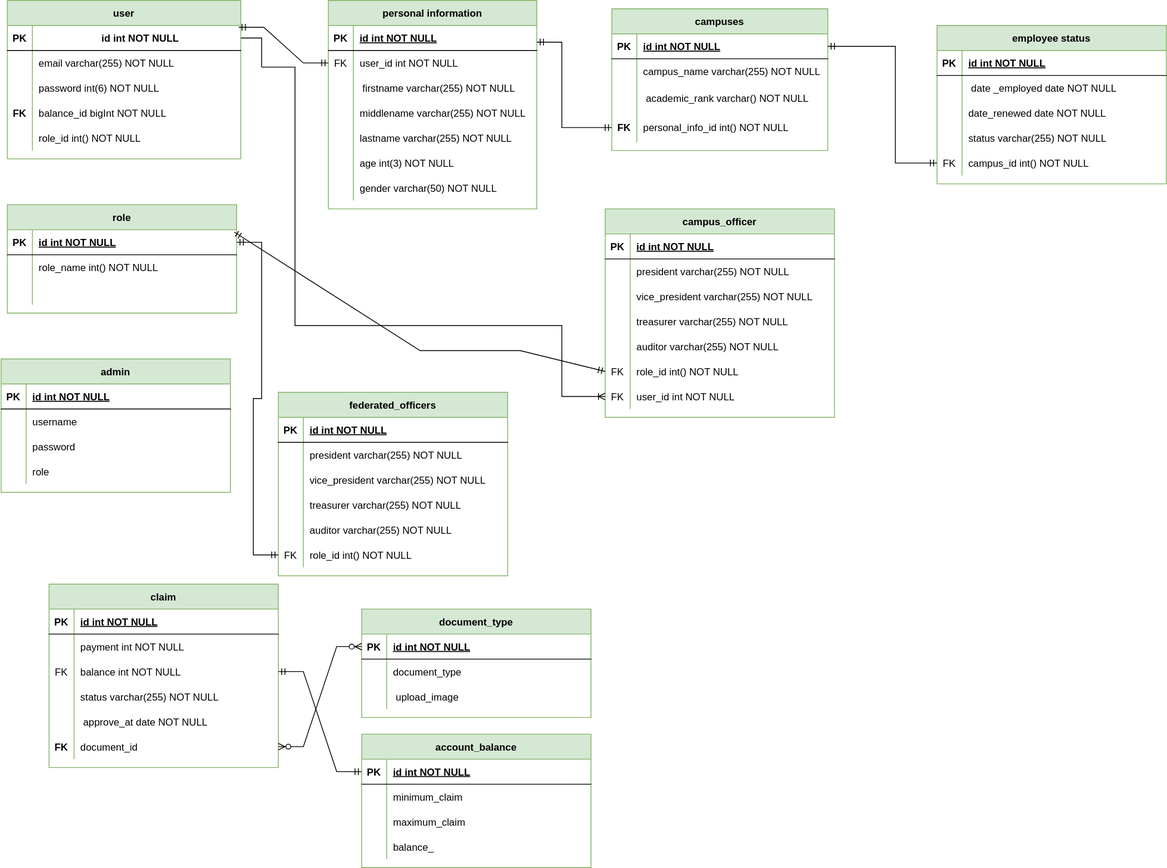
Above: faculty_association.drawio.svg in john-rashin/database_scheme (draw.io), before the change. Source tidied: cells renumbered, new cells last; positions are measured from the earlier drawing's top-left corner, leaving out a move shared by most shapes.
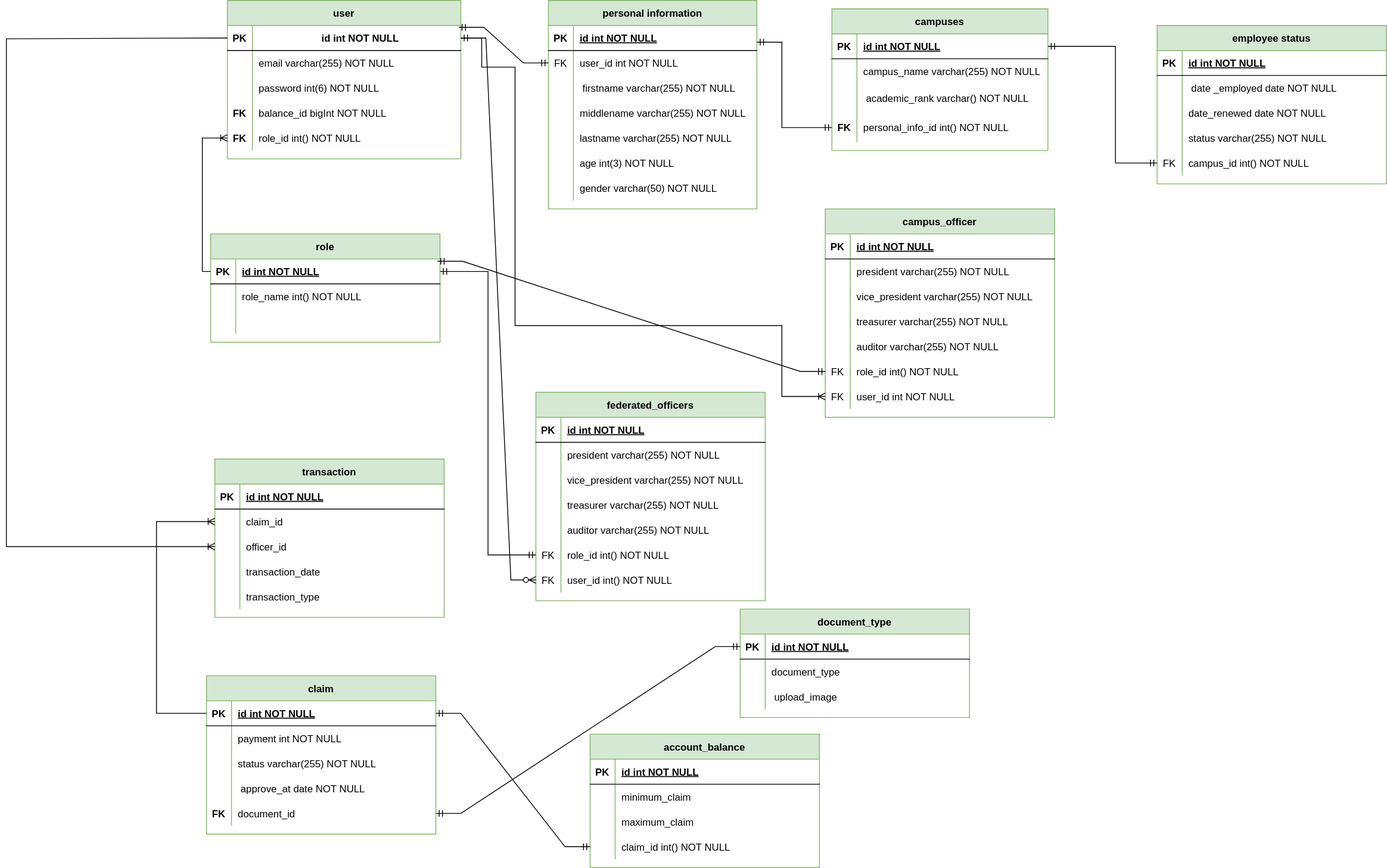
The same diagram one commit later.

The edit, as a diff of the source:
```diff
@@ -112,3 +112,3 @@
     </mxCell>
-    <mxCell id="38" style="shape=partialRectangle;fillColor=none;top=0;left=0;bottom=0;right=0;overflow=hidden;fontStyle=1;" parent="37" vertex="1">
+    <mxCell id="38" value="FK" style="shape=partialRectangle;fillColor=none;top=0;left=0;bottom=0;right=0;overflow=hidden;fontStyle=1;" parent="37" vertex="1">
       <mxGeometry width="30" height="30" as="geometry" />
@@ -118,5 +118,2 @@
     </mxCell>
-    <mxCell id="40" style="shape=tableRow;horizontal=0;startSize=0;swimlaneHead=0;swimlaneBody=0;fillColor=none;top=0;left=0;right=0;bottom=0;" parent="1" vertex="1">
-      <mxGeometry x="75" y="220" width="250" height="30" as="geometry" />
-    </mxCell>
     <mxCell id="41" value="campuses" style="shape=table;startSize=30;rowLines=0;fontStyle=1;align=center;fillColor=#d5e8d4;strokeColor=#82b366;" parent="1" vertex="1">
@@ -217,3 +214,3 @@
     <mxCell id="71" value="federated_officers" style="shape=table;startSize=30;rowLines=0;fontStyle=1;align=center;fillColor=#d5e8d4;strokeColor=#82b366;" parent="1" vertex="1">
-      <mxGeometry x="395" y="470" width="275" height="220" as="geometry" />
+      <mxGeometry x="440" y="470" width="275" height="250" as="geometry" />
     </mxCell>
@@ -273,4 +270,13 @@
     </mxCell>
+    <mxCell id="184" style="shape=partialRectangle;fillColor=none;points=[[0,0.5],[1,0.5]];portConstraint=eastwest;top=0;left=0;right=0;bottom=0;" parent="71" vertex="1">
+      <mxGeometry y="210" width="275" height="30" as="geometry" />
+    </mxCell>
+    <mxCell id="108" value="FK" style="shape=partialRectangle;overflow=hidden;fillColor=none;top=0;left=0;bottom=0;right=0;" parent="184" vertex="1">
+      <mxGeometry width="30" height="30" as="geometry" />
+    </mxCell>
+    <mxCell id="185" value="user_id int() NOT NULL" style="shape=partialRectangle;overflow=hidden;fillColor=none;top=0;left=0;bottom=0;right=0;align=left;spacingLeft=6;" parent="184" vertex="1">
+      <mxGeometry x="30" width="245" height="30" as="geometry" />
+    </mxCell>
     <mxCell id="90" value="role" style="shape=table;startSize=30;rowLines=0;fontStyle=1;align=center;fillColor=#d5e8d4;strokeColor=#82b366;" parent="1" vertex="1">
-      <mxGeometry x="70" y="245" width="275" height="130" as="geometry" />
+      <mxGeometry x="50" y="280" width="275" height="130" as="geometry" />
     </mxCell>
@@ -304,3 +310,3 @@
     <mxCell id="100" value="claim" style="shape=table;startSize=30;rowLines=0;fontStyle=1;align=center;fillColor=#d5e8d4;strokeColor=#82b366;" parent="1" vertex="1">
-      <mxGeometry x="120" y="700" width="275" height="220" as="geometry" />
+      <mxGeometry x="45" y="810" width="275" height="190" as="geometry" />
     </mxCell>
@@ -324,13 +330,4 @@
     </mxCell>
-    <mxCell id="107" style="shape=partialRectangle;fillColor=none;points=[[0,0.5],[1,0.5]];portConstraint=eastwest;top=0;left=0;right=0;bottom=0;" parent="100" vertex="1">
-      <mxGeometry y="90" width="275" height="30" as="geometry" />
-    </mxCell>
-    <mxCell id="108" value="FK" style="shape=partialRectangle;overflow=hidden;fillColor=none;top=0;left=0;bottom=0;right=0;" parent="107" vertex="1">
-      <mxGeometry width="30" height="30" as="geometry" />
-    </mxCell>
-    <mxCell id="109" value="balance int NOT NULL" style="shape=partialRectangle;overflow=hidden;fillColor=none;top=0;left=0;bottom=0;right=0;align=left;spacingLeft=6;" parent="107" vertex="1">
-      <mxGeometry x="30" width="245" height="30" as="geometry" />
-    </mxCell>
     <mxCell id="110" style="shape=partialRectangle;fillColor=none;top=0;left=0;right=0;bottom=0;" parent="100" vertex="1">
-      <mxGeometry y="120" width="275" height="30" as="geometry" />
+      <mxGeometry y="90" width="275" height="30" as="geometry" />
     </mxCell>
@@ -343,3 +340,3 @@
     <mxCell id="113" style="shape=partialRectangle;fillColor=none;top=0;left=0;right=0;bottom=0;" parent="100" vertex="1">
-      <mxGeometry y="150" width="275" height="30" as="geometry" />
+      <mxGeometry y="120" width="275" height="30" as="geometry" />
     </mxCell>
@@ -352,3 +349,3 @@
     <mxCell id="116" style="shape=partialRectangle;fillColor=none;points=[[0,0.5],[1,0.5]];portConstraint=eastwest;top=0;left=0;right=0;bottom=0;" parent="100" vertex="1">
-      <mxGeometry y="180" width="275" height="30" as="geometry" />
+      <mxGeometry y="150" width="275" height="30" as="geometry" />
     </mxCell>
@@ -427,3 +424,3 @@
     <mxCell id="141" value="document_type" style="shape=table;startSize=30;rowLines=0;fontStyle=1;align=center;fillColor=#d5e8d4;strokeColor=#82b366;" parent="1" vertex="1">
-      <mxGeometry x="495" y="730" width="275" height="130" as="geometry" />
+      <mxGeometry x="685" y="730" width="275" height="130" as="geometry" />
     </mxCell>
@@ -456,43 +453,4 @@
     </mxCell>
-    <mxCell id="151" value="admin" style="shape=table;startSize=30;rowLines=0;fontStyle=1;align=center;fillColor=#d5e8d4;strokeColor=#82b366;" parent="1" vertex="1">
-      <mxGeometry x="62.5" y="430" width="275" height="160" as="geometry" />
-    </mxCell>
-    <mxCell id="152" style="shape=partialRectangle;fillColor=none;top=0;left=0;right=0;bottom=1;" parent="151" vertex="1">
-      <mxGeometry y="30" width="275" height="30" as="geometry" />
-    </mxCell>
-    <mxCell id="153" value="PK" style="shape=partialRectangle;overflow=hidden;fillColor=none;top=0;left=0;bottom=0;right=0;fontStyle=1;" parent="152" vertex="1">
-      <mxGeometry width="30" height="30" as="geometry" />
-    </mxCell>
-    <mxCell id="154" value="id int NOT NULL " style="shape=partialRectangle;overflow=hidden;fillColor=none;top=0;left=0;bottom=0;right=0;align=left;spacingLeft=6;fontStyle=5;" parent="152" vertex="1">
-      <mxGeometry x="30" width="245" height="30" as="geometry" />
-    </mxCell>
-    <mxCell id="155" style="shape=partialRectangle;fillColor=none;points=[[0,0.5],[1,0.5]];portConstraint=eastwest;top=0;left=0;right=0;bottom=0;" parent="151" vertex="1">
-      <mxGeometry y="60" width="275" height="30" as="geometry" />
-    </mxCell>
-    <mxCell id="156" style="shape=partialRectangle;overflow=hidden;fillColor=none;top=0;left=0;bottom=0;right=0;" parent="155" vertex="1">
-      <mxGeometry width="30" height="30" as="geometry" />
-    </mxCell>
-    <mxCell id="157" value="username" style="shape=partialRectangle;overflow=hidden;fillColor=none;top=0;left=0;bottom=0;right=0;align=left;spacingLeft=6;" parent="155" vertex="1">
-      <mxGeometry x="30" width="245" height="30" as="geometry" />
-    </mxCell>
-    <mxCell id="158" style="shape=partialRectangle;fillColor=none;top=0;left=0;right=0;bottom=0;" parent="151" vertex="1">
-      <mxGeometry y="90" width="275" height="30" as="geometry" />
-    </mxCell>
-    <mxCell id="159" style="shape=partialRectangle;overflow=hidden;fillColor=none;top=0;left=0;bottom=0;right=0;" parent="158" vertex="1">
-      <mxGeometry width="30" height="30" as="geometry" />
-    </mxCell>
-    <mxCell id="160" value="password" style="shape=partialRectangle;overflow=hidden;fillColor=none;top=0;left=0;bottom=0;right=0;align=left;spacingLeft=6;" parent="158" vertex="1">
-      <mxGeometry x="30" width="245" height="30" as="geometry" />
-    </mxCell>
-    <mxCell id="161" style="shape=partialRectangle;fillColor=none;top=0;left=0;right=0;bottom=0;" parent="151" vertex="1">
-      <mxGeometry y="120" width="275" height="30" as="geometry" />
-    </mxCell>
-    <mxCell id="162" style="shape=partialRectangle;overflow=hidden;fillColor=none;top=0;left=0;bottom=0;right=0;" parent="161" vertex="1">
-      <mxGeometry width="30" height="30" as="geometry" />
-    </mxCell>
-    <mxCell id="163" value="role" style="shape=partialRectangle;overflow=hidden;fillColor=none;top=0;left=0;bottom=0;right=0;align=left;spacingLeft=6;" parent="161" vertex="1">
-      <mxGeometry x="30" width="245" height="30" as="geometry" />
-    </mxCell>
     <mxCell id="164" value="account_balance" style="shape=table;startSize=30;rowLines=0;fontStyle=1;align=center;fillColor=#d5e8d4;strokeColor=#82b366;" parent="1" vertex="1">
-      <mxGeometry x="495" y="880" width="275" height="160" as="geometry" />
+      <mxGeometry x="505" y="880" width="275" height="160" as="geometry" />
     </mxCell>
@@ -531,8 +489,5 @@
     </mxCell>
-    <mxCell id="176" value="balance_" style="shape=partialRectangle;overflow=hidden;fillColor=none;top=0;left=0;bottom=0;right=0;align=left;spacingLeft=6;" parent="174" vertex="1">
+    <mxCell id="176" value="claim_id int() NOT NULL" style="shape=partialRectangle;overflow=hidden;fillColor=none;top=0;left=0;bottom=0;right=0;align=left;spacingLeft=6;" parent="174" vertex="1">
       <mxGeometry x="30" width="245" height="30" as="geometry" />
     </mxCell>
-    <mxCell id="177" style="edgeStyle=entityRelationEdgeStyle;fontSize=12;html=1;endArrow=ERzeroToMany;endFill=1;startArrow=ERzeroToMany;rounded=0;entryX=0;entryY=0.5;entryDx=0;entryDy=0;exitX=1;exitY=0.5;exitDx=0;exitDy=0;" parent="1" edge="1" source="116" target="142">
-      <mxGeometry relative="1" as="geometry" />
-    </mxCell>
     <mxCell id="178" style="edgeStyle=orthogonalEdgeStyle;fontSize=12;html=1;endArrow=ERoneToMany;rounded=0;entryX=0;entryY=0.5;entryDx=0;entryDy=0;exitX=1;exitY=0.5;exitDx=0;exitDy=0;" parent="1" edge="1" source="25" target="138">
@@ -549,15 +504,9 @@
     </mxCell>
-    <mxCell id="179" style="edgeStyle=entityRelationEdgeStyle;fontSize=12;html=1;endArrow=ERmandOne;startArrow=ERmandOne;rounded=0;entryX=0;entryY=0.5;entryDx=0;entryDy=0;exitX=1;exitY=0.5;exitDx=0;exitDy=0;" parent="1" edge="1" source="91" target="87">
-      <mxGeometry relative="1" as="geometry">
-        <Array as="points">
-          <mxPoint y="455" />
-          <mxPoint x="350" y="605" />
-        </Array>
-      </mxGeometry>
+    <mxCell id="179" style="fontSize=12;html=1;endArrow=ERmandOne;startArrow=ERmandOne;rounded=0;entryX=0;entryY=0.5;entryDx=0;entryDy=0;exitX=1;exitY=0.5;exitDx=0;exitDy=0;edgeStyle=orthogonalEdgeStyle;" parent="1" edge="1" source="91" target="87">
+      <mxGeometry relative="1" as="geometry" />
     </mxCell>
-    <mxCell id="180" style="fontSize=12;html=1;endArrow=ERmandOne;startArrow=ERmandOne;rounded=0;entryX=0;entryY=0.5;entryDx=0;entryDy=0;elbow=vertical;exitX=0.989;exitY=0.093;exitDx=0;exitDy=0;exitPerimeter=0;" parent="1" edge="1" source="91" target="135">
+    <mxCell id="180" style="fontSize=12;html=1;endArrow=ERmandOne;startArrow=ERmandOne;rounded=0;entryX=0;entryY=0.5;entryDx=0;entryDy=0;exitX=0.989;exitY=0.093;exitDx=0;exitDy=0;exitPerimeter=0;edgeStyle=entityRelationEdgeStyle;" parent="1" edge="1" source="91" target="135">
       <mxGeometry relative="1" as="geometry">
         <Array as="points">
-          <mxPoint x="565" y="420" />
-          <mxPoint x="685" y="420" />
+          <mxPoint x="575" y="330" />
         </Array>
@@ -565,3 +514,3 @@
     </mxCell>
-    <mxCell id="181" style="edgeStyle=entityRelationEdgeStyle;fontSize=12;html=1;endArrow=ERmandOne;startArrow=ERmandOne;rounded=0;entryX=0;entryY=0.5;entryDx=0;entryDy=0;exitX=1;exitY=0.5;exitDx=0;exitDy=0;" parent="1" edge="1" source="107" target="165">
+    <mxCell id="181" style="edgeStyle=entityRelationEdgeStyle;fontSize=12;html=1;endArrow=ERmandOne;startArrow=ERmandOne;rounded=0;entryX=0;entryY=0.5;entryDx=0;entryDy=0;exitX=1;exitY=0.5;exitDx=0;exitDy=0;" parent="1" edge="1" source="101" target="174">
       <mxGeometry relative="1" as="geometry" />
@@ -580,2 +529,75 @@
     </mxCell>
+    <mxCell id="186" style="edgeStyle=entityRelationEdgeStyle;fontSize=12;html=1;endArrow=ERzeroToMany;startArrow=ERmandOne;rounded=0;entryX=0;entryY=0.5;entryDx=0;entryDy=0;exitX=1;exitY=0.5;exitDx=0;exitDy=0;" parent="1" edge="1" source="25" target="184">
+      <mxGeometry relative="1" as="geometry" />
+    </mxCell>
+    <mxCell id="187" value="transaction" style="shape=table;startSize=30;rowLines=0;fontStyle=1;align=center;fillColor=#d5e8d4;strokeColor=#82b366;" parent="1" vertex="1">
+      <mxGeometry x="55" y="550" width="275" height="190" as="geometry" />
+    </mxCell>
+    <mxCell id="152" style="shape=partialRectangle;fillColor=none;top=0;left=0;right=0;bottom=1;" parent="187" vertex="1">
+      <mxGeometry y="30" width="275" height="30" as="geometry" />
+    </mxCell>
+    <mxCell id="153" value="PK" style="shape=partialRectangle;overflow=hidden;fillColor=none;top=0;left=0;bottom=0;right=0;fontStyle=1;" parent="152" vertex="1">
+      <mxGeometry width="30" height="30" as="geometry" />
+    </mxCell>
+    <mxCell id="154" value="id int NOT NULL " style="shape=partialRectangle;overflow=hidden;fillColor=none;top=0;left=0;bottom=0;right=0;align=left;spacingLeft=6;fontStyle=5;" parent="152" vertex="1">
+      <mxGeometry x="30" width="245" height="30" as="geometry" />
+    </mxCell>
+    <mxCell id="155" style="shape=partialRectangle;fillColor=none;points=[[0,0.5],[1,0.5]];portConstraint=eastwest;top=0;left=0;right=0;bottom=0;" parent="187" vertex="1">
+      <mxGeometry y="60" width="275" height="30" as="geometry" />
+    </mxCell>
+    <mxCell id="188" style="shape=partialRectangle;overflow=hidden;fillColor=none;top=0;left=0;bottom=0;right=0;" parent="155" vertex="1">
+      <mxGeometry width="30" height="30" as="geometry" />
+    </mxCell>
+    <mxCell id="189" value="claim_id" style="shape=partialRectangle;overflow=hidden;fillColor=none;top=0;left=0;bottom=0;right=0;align=left;spacingLeft=6;" parent="155" vertex="1">
+      <mxGeometry x="30" width="245" height="30" as="geometry" />
+    </mxCell>
+    <mxCell id="190" style="shape=partialRectangle;fillColor=none;points=[[0,0.5],[1,0.5]];portConstraint=eastwest;top=0;left=0;right=0;bottom=0;" parent="187" vertex="1">
+      <mxGeometry y="90" width="275" height="30" as="geometry" />
+    </mxCell>
+    <mxCell id="191" style="shape=partialRectangle;overflow=hidden;fillColor=none;top=0;left=0;bottom=0;right=0;" parent="190" vertex="1">
+      <mxGeometry width="30" height="30" as="geometry" />
+    </mxCell>
+    <mxCell id="192" value="officer_id" style="shape=partialRectangle;overflow=hidden;fillColor=none;top=0;left=0;bottom=0;right=0;align=left;spacingLeft=6;" parent="190" vertex="1">
+      <mxGeometry x="30" width="245" height="30" as="geometry" />
+    </mxCell>
+    <mxCell id="161" style="shape=partialRectangle;fillColor=none;top=0;left=0;right=0;bottom=0;" parent="187" vertex="1">
+      <mxGeometry y="120" width="275" height="30" as="geometry" />
+    </mxCell>
+    <mxCell id="193" style="shape=partialRectangle;overflow=hidden;fillColor=none;top=0;left=0;bottom=0;right=0;" parent="161" vertex="1">
+      <mxGeometry width="30" height="30" as="geometry" />
+    </mxCell>
+    <mxCell id="194" value="transaction_date" style="shape=partialRectangle;overflow=hidden;fillColor=none;top=0;left=0;bottom=0;right=0;align=left;spacingLeft=6;" parent="161" vertex="1">
+      <mxGeometry x="30" width="245" height="30" as="geometry" />
+    </mxCell>
+    <mxCell id="195" style="shape=partialRectangle;fillColor=none;top=0;left=0;right=0;bottom=0;" parent="187" vertex="1">
+      <mxGeometry y="150" width="275" height="30" as="geometry" />
+    </mxCell>
+    <mxCell id="196" style="shape=partialRectangle;overflow=hidden;fillColor=none;top=0;left=0;bottom=0;right=0;" parent="195" vertex="1">
+      <mxGeometry width="30" height="30" as="geometry" />
+    </mxCell>
+    <mxCell id="197" value="transaction_type" style="shape=partialRectangle;overflow=hidden;fillColor=none;top=0;left=0;bottom=0;right=0;align=left;spacingLeft=6;" parent="195" vertex="1">
+      <mxGeometry x="30" width="245" height="30" as="geometry" />
+    </mxCell>
+    <mxCell id="177" style="edgeStyle=entityRelationEdgeStyle;fontSize=12;html=1;endArrow=ERmandOne;startArrow=ERmandOne;rounded=0;exitX=1;exitY=0.5;exitDx=0;exitDy=0;entryX=0;entryY=0.5;entryDx=0;entryDy=0;" parent="1" edge="1" source="116" target="142">
+      <mxGeometry relative="1" as="geometry" />
+    </mxCell>
+    <mxCell id="198" style="edgeStyle=orthogonalEdgeStyle;fontSize=12;html=1;endArrow=ERoneToMany;rounded=0;entryX=0;entryY=0.5;entryDx=0;entryDy=0;exitX=0;exitY=0.5;exitDx=0;exitDy=0;" parent="1" edge="1" source="91" target="37">
+      <mxGeometry relative="1" as="geometry" />
+    </mxCell>
+    <mxCell id="199" style="edgeStyle=orthogonalEdgeStyle;fontSize=12;html=1;endArrow=ERoneToMany;rounded=0;entryX=0;entryY=0.5;entryDx=0;entryDy=0;exitX=0;exitY=0.5;exitDx=0;exitDy=0;" parent="1" edge="1" source="25" target="190">
+      <mxGeometry relative="1" as="geometry">
+        <Array as="points">
+          <mxPoint x="-195" y="46" />
+          <mxPoint x="-195" y="655" />
+        </Array>
+      </mxGeometry>
+    </mxCell>
+    <mxCell id="200" style="edgeStyle=orthogonalEdgeStyle;fontSize=12;html=1;endArrow=ERoneToMany;rounded=0;exitX=0;exitY=0.5;exitDx=0;exitDy=0;entryX=0;entryY=0.5;entryDx=0;entryDy=0;" parent="1" edge="1" source="101" target="155">
+      <mxGeometry relative="1" as="geometry">
+        <Array as="points">
+          <mxPoint x="-15" y="855" />
+          <mxPoint x="-15" y="625" />
+        </Array>
+      </mxGeometry>
+    </mxCell>
   </root>
```
